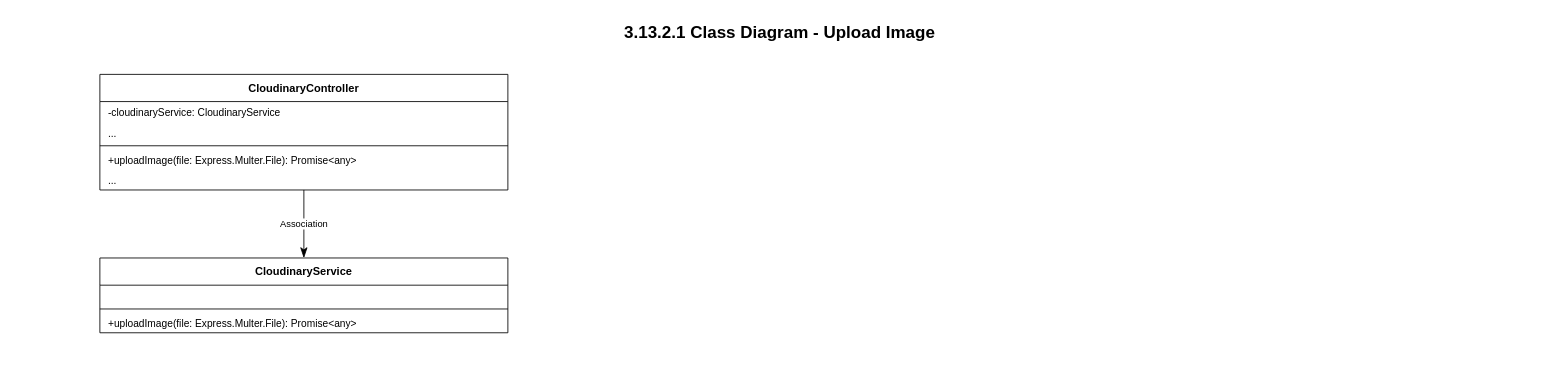
The draw.io diagram page "Upload Image" (2 of 2) of cloudinary_all_class_diagrams.drawio in CuongBC195/class-diagram-donation-blood, before the edit. Source tidied: cells renumbered, new cells numbered last; positions are measured from the earlier drawing's top-left corner, leaving out a move shared by most shapes. Both pictures are drawn from the tidied source at 85%, with x=0, y=0 at pixel (14, 14).
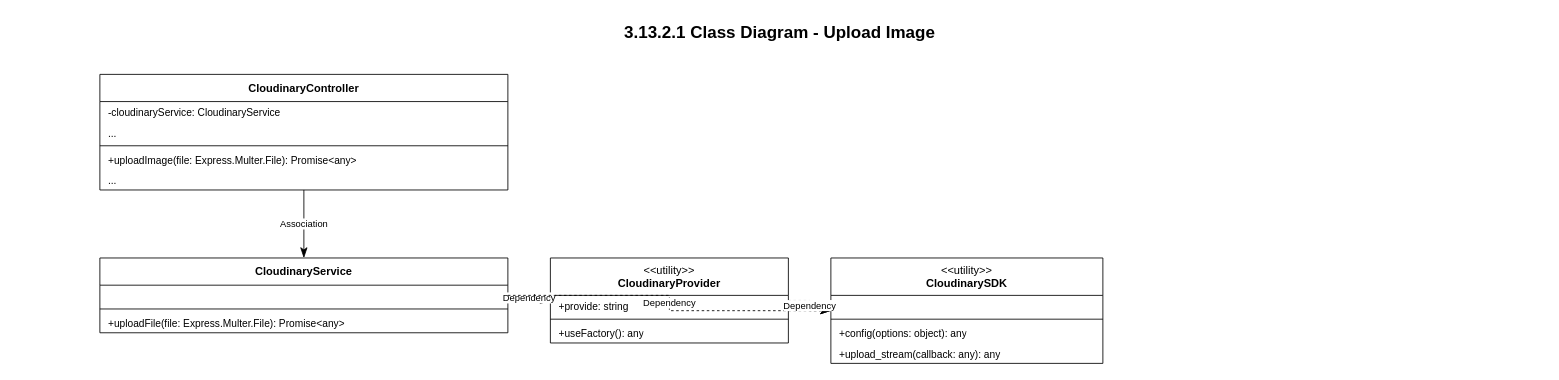
The same diagram, later.

Unchanged cells that the change refers to:
```xml
<mxCell id="9" value="&lt;b&gt;CloudinaryService&lt;/b&gt;" style="swimlane;fontStyle=0;horizontal=1;startSize=32;whiteSpace=wrap;html=1;fillColor=#ffffff;strokeColor=#000000;swimlaneFillColor=#ffffff;fontColor=#000000;fontFamily=Arial;fontSize=13;" parent="1" vertex="1">
  <mxGeometry x="100" y="286" width="480" height="88" as="geometry" />
</mxCell>
```

What changed in the source:
```diff
@@
-    <mxCell id="12" value="+uploadImage(file: Express.Multer.File): Promise&amp;lt;any&amp;gt;" style="text;strokeColor=none;fillColor=none;align=left;verticalAlign=top;spacingLeft=8;spacingRight=8;overflow=hidden;whiteSpace=wrap;html=1;fontFamily=Arial;fontSize=12;fontColor=#000000;" parent="9" vertex="1">
+    <mxCell id="12" value="+uploadFile(file: Express.Multer.File): Promise&amp;lt;any&amp;gt;" style="text;strokeColor=none;fillColor=none;align=left;verticalAlign=top;spacingLeft=8;spacingRight=8;overflow=hidden;whiteSpace=wrap;html=1;fontFamily=Arial;fontSize=12;fontColor=#000000;" parent="9" vertex="1">
       <mxGeometry y="64" width="480" height="24" as="geometry" />
     </mxCell>
+    <mxCell id="14" value="&amp;lt;&amp;lt;utility&amp;gt;&amp;gt;&lt;br&gt;&lt;b&gt;CloudinaryProvider&lt;/b&gt;" style="swimlane;fontStyle=0;horizontal=1;startSize=44;whiteSpace=wrap;html=1;fillColor=#ffffff;strokeColor=#000000;swimlaneFillColor=#ffffff;fontColor=#000000;fontFamily=Arial;fontSize=13;" parent="1" vertex="1">
+      <mxGeometry x="630" y="286" width="280" height="100" as="geometry" />
+    </mxCell>
+    <mxCell id="15" value="+provide: string" style="text;strokeColor=none;fillColor=none;align=left;verticalAlign=top;spacingLeft=8;spacingRight=8;overflow=hidden;whiteSpace=wrap;html=1;fontFamily=Arial;fontSize=12;fontColor=#000000;" parent="14" vertex="1">
+      <mxGeometry y="44" width="280" height="24" as="geometry" />
+    </mxCell>
+    <mxCell id="16" style="line;strokeWidth=1;fillColor=none;strokeColor=#000000;align=left;verticalAlign=middle;" parent="14" vertex="1">
+      <mxGeometry y="68" width="280" height="8" as="geometry" />
+    </mxCell>
+    <mxCell id="17" value="+useFactory(): any" style="text;strokeColor=none;fillColor=none;align=left;verticalAlign=top;spacingLeft=8;spacingRight=8;overflow=hidden;whiteSpace=wrap;html=1;fontFamily=Arial;fontSize=12;fontColor=#000000;" parent="14" vertex="1">
+      <mxGeometry y="76" width="280" height="24" as="geometry" />
+    </mxCell>
+    <mxCell id="18" value="&amp;lt;&amp;lt;utility&amp;gt;&amp;gt;&lt;br&gt;&lt;b&gt;CloudinarySDK&lt;/b&gt;" style="swimlane;fontStyle=0;horizontal=1;startSize=44;whiteSpace=wrap;html=1;fillColor=#ffffff;strokeColor=#000000;swimlaneFillColor=#ffffff;fontColor=#000000;fontFamily=Arial;fontSize=13;" parent="1" vertex="1">
+      <mxGeometry x="960" y="286" width="320" height="124" as="geometry" />
+    </mxCell>
+    <mxCell id="19" value=" " style="text;strokeColor=none;fillColor=none;align=left;verticalAlign=top;spacingLeft=8;spacingRight=8;overflow=hidden;whiteSpace=wrap;html=1;fontFamily=Arial;fontSize=12;fontColor=#000000;" parent="18" vertex="1">
+      <mxGeometry y="44" width="320" height="24" as="geometry" />
+    </mxCell>
+    <mxCell id="20" style="line;strokeWidth=1;fillColor=none;strokeColor=#000000;align=left;verticalAlign=middle;" parent="18" vertex="1">
+      <mxGeometry y="68" width="320" height="8" as="geometry" />
+    </mxCell>
+    <mxCell id="21" value="+config(options: object): any" style="text;strokeColor=none;fillColor=none;align=left;verticalAlign=top;spacingLeft=8;spacingRight=8;overflow=hidden;whiteSpace=wrap;html=1;fontFamily=Arial;fontSize=12;fontColor=#000000;" parent="18" vertex="1">
+      <mxGeometry y="76" width="320" height="24" as="geometry" />
+    </mxCell>
+    <mxCell id="22" value="+upload_stream(callback: any): any" style="text;strokeColor=none;fillColor=none;align=left;verticalAlign=top;spacingLeft=8;spacingRight=8;overflow=hidden;whiteSpace=wrap;html=1;fontFamily=Arial;fontSize=12;fontColor=#000000;" parent="18" vertex="1">
+      <mxGeometry y="100" width="320" height="24" as="geometry" />
+    </mxCell>
@@
+    <mxCell id="23" value="Dependency" style="html=1;rounded=0;edgeStyle=orthogonalEdgeStyle;strokeColor=#000000;fontColor=#000000;labelBackgroundColor=#ffffff;fontFamily=Arial;fontSize=11;dashed=1;endArrow=classicThin;endFill=1;endSize=10;" parent="1" edge="1" source="9" target="14">
+      <mxGeometry relative="1" as="geometry" />
+    </mxCell>
+    <mxCell id="24" value="Dependency" style="html=1;rounded=0;edgeStyle=orthogonalEdgeStyle;strokeColor=#000000;fontColor=#000000;labelBackgroundColor=#ffffff;fontFamily=Arial;fontSize=11;dashed=1;endArrow=classicThin;endFill=1;endSize=10;" parent="1" edge="1" source="9" target="18">
+      <mxGeometry relative="1" as="geometry" />
+    </mxCell>
+    <mxCell id="25" value="Dependency" style="html=1;rounded=0;edgeStyle=orthogonalEdgeStyle;strokeColor=#000000;fontColor=#000000;labelBackgroundColor=#ffffff;fontFamily=Arial;fontSize=11;dashed=1;endArrow=classicThin;endFill=1;endSize=10;" parent="1" edge="1" source="14" target="18">
+      <mxGeometry relative="1" as="geometry" />
+    </mxCell>
```
